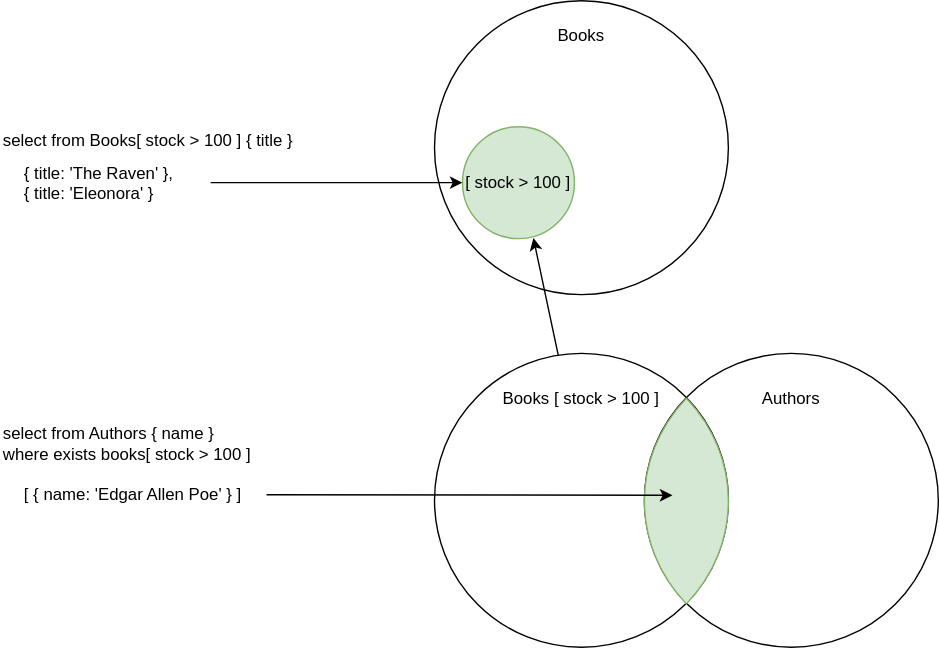
Before: assets/cxl/sets-intersection.drawio.svg, a diagram exported from draw.io (capire/docs). Source tidied: cells renumbered, new cells last; positions are measured from the earlier drawing's top-left corner, leaving out a move shared by most shapes. Source of this version:
```xml
<mxGraphModel>
  <root>
    <mxCell id="0" />
    <mxCell id="1" parent="0" />
    <mxCell id="2" style="ellipse;whiteSpace=wrap;html=1;fillColor=none;" parent="1" vertex="1">
      <mxGeometry x="460" y="252" width="210" height="210" as="geometry" />
    </mxCell>
    <mxCell id="3" style="ellipse;whiteSpace=wrap;html=1;fillColor=none;" parent="1" vertex="1">
      <mxGeometry x="310" width="210" height="210" as="geometry" />
    </mxCell>
    <mxCell id="4" value="Books" style="text;html=1;align=center;verticalAlign=middle;whiteSpace=wrap;rounded=0;" parent="1" vertex="1">
      <mxGeometry x="400" y="20" width="30" height="10" as="geometry" />
    </mxCell>
    <mxCell id="5" value="[ stock &amp;gt; 100 ]" style="ellipse;whiteSpace=wrap;html=1;fillColor=#d5e8d4;strokeColor=#82b366;" parent="1" vertex="1">
      <mxGeometry x="330" y="90" width="80" height="80" as="geometry" />
    </mxCell>
    <mxCell id="6" style="ellipse;whiteSpace=wrap;html=1;fillColor=none;" parent="1" vertex="1">
      <mxGeometry x="310" y="252" width="210" height="210" as="geometry" />
    </mxCell>
    <mxCell id="7" value="Books [ stock &amp;gt; 100 ]" style="text;html=1;align=center;verticalAlign=middle;whiteSpace=wrap;rounded=0;" parent="1" vertex="1">
      <mxGeometry x="345" y="280" width="140" height="10" as="geometry" />
    </mxCell>
    <mxCell id="8" value="Authors" style="text;html=1;align=center;verticalAlign=middle;whiteSpace=wrap;rounded=0;" parent="1" vertex="1">
      <mxGeometry x="510" y="280" width="110" height="10" as="geometry" />
    </mxCell>
    <mxCell id="9" style="endArrow=classic;html=1;exitX=0.421;exitY=0.006;exitDx=0;exitDy=0;exitPerimeter=0;entryX=0.633;entryY=0.994;entryDx=0;entryDy=0;entryPerimeter=0;" parent="1" edge="1" source="6" target="5">
      <mxGeometry relative="1" as="geometry" />
    </mxCell>
    <mxCell id="10" value="select from Authors { name }&lt;div&gt;where exists books[ stock &amp;gt; 100 ]&lt;/div&gt;" style="text;html=1;align=left;verticalAlign=middle;whiteSpace=wrap;rounded=0;" parent="1" vertex="1">
      <mxGeometry y="302" width="180" height="30" as="geometry" />
    </mxCell>
    <mxCell id="11" style="whiteSpace=wrap;html=1;shape=mxgraph.basic.pointed_oval;fillColor=#d5e8d4;strokeColor=#82b366;" parent="1" vertex="1">
      <mxGeometry x="450" y="284" width="80" height="147" as="geometry" />
    </mxCell>
    <mxCell id="12" value="[ { name: 'Edgar Allen Poe' } ]" style="text;whiteSpace=wrap;" parent="1" vertex="1">
      <mxGeometry x="15" y="339" width="165" height="30" as="geometry" />
    </mxCell>
    <mxCell id="13" style="endArrow=classic;html=1;entryX=0.375;entryY=0.449;entryDx=0;entryDy=0;entryPerimeter=0;" parent="1" edge="1">
      <mxGeometry relative="1" as="geometry">
        <mxPoint x="190" y="353" as="sourcePoint" />
        <mxPoint x="480" y="353.4" as="targetPoint" />
      </mxGeometry>
    </mxCell>
    <mxCell id="14" value="select from Books[ stock &amp;gt; 100 ] { title }" style="text;html=1;align=left;verticalAlign=middle;whiteSpace=wrap;rounded=0;" parent="1" vertex="1">
      <mxGeometry y="90" width="230" height="20" as="geometry" />
    </mxCell>
    <mxCell id="15" value="{ title: 'The Raven' },&#10;{ title: 'Eleonora' }" style="text;whiteSpace=wrap;" parent="1" vertex="1">
      <mxGeometry x="15" y="110" width="125" height="30" as="geometry" />
    </mxCell>
    <mxCell id="16" style="endArrow=classic;html=1;entryX=0;entryY=0.5;entryDx=0;entryDy=0;" parent="1" edge="1" target="5">
      <mxGeometry relative="1" as="geometry">
        <mxPoint x="150" y="130" as="sourcePoint" />
      </mxGeometry>
    </mxCell>
  </root>
</mxGraphModel>
```
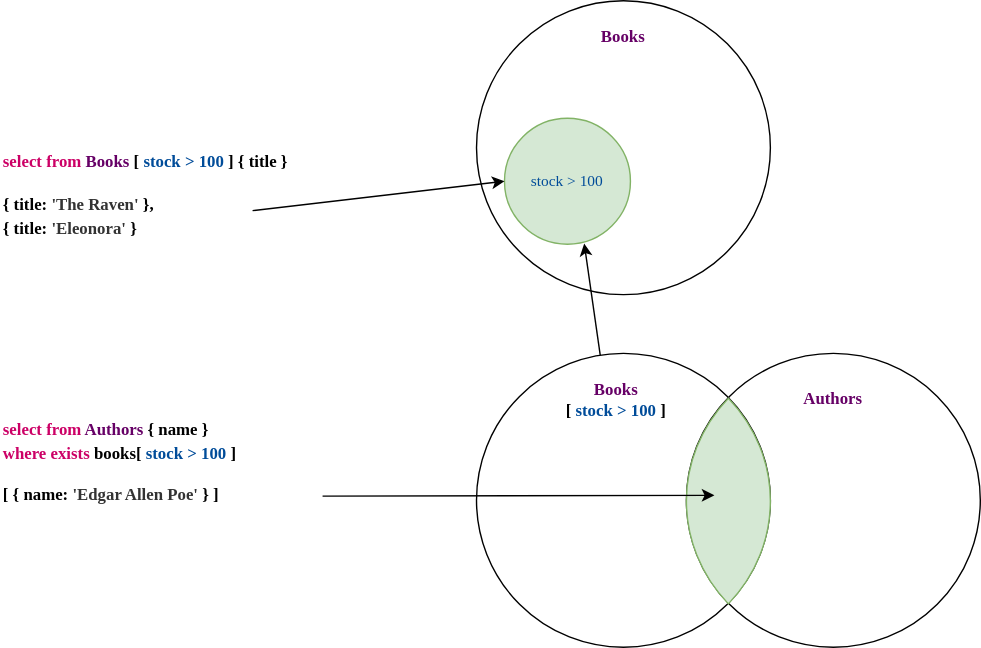
Above is the later version.

The edit, as a diff of the source:
```diff
@@ -8,48 +8,44 @@
     <mxCell id="3" style="ellipse;whiteSpace=wrap;html=1;fillColor=none;" parent="1" vertex="1">
       <mxGeometry x="310" width="210" height="210" as="geometry" />
     </mxCell>
-    <mxCell id="4" value="Books" style="text;html=1;align=center;verticalAlign=middle;whiteSpace=wrap;rounded=0;" parent="1" vertex="1">
+    <mxCell id="4" value="&lt;span style=&quot;color: rgb(102, 0, 102); font-size: 12px; text-align: left;&quot;&gt;Books&lt;/span&gt;" style="text;html=1;align=center;verticalAlign=middle;whiteSpace=wrap;rounded=0;fontStyle=1;fontSize=13;fontFamily=Monaco;" parent="1" vertex="1">
       <mxGeometry x="400" y="20" width="30" height="10" as="geometry" />
     </mxCell>
-    <mxCell id="5" value="[ stock &amp;gt; 100 ]" style="ellipse;whiteSpace=wrap;html=1;fillColor=#d5e8d4;strokeColor=#82b366;" parent="1" vertex="1">
-      <mxGeometry x="330" y="90" width="80" height="80" as="geometry" />
+    <mxCell id="5" value="&lt;font style=&quot;color: rgb(0, 76, 153);&quot; face=&quot;Monaco&quot;&gt;stock &amp;gt; 100&lt;/font&gt;" style="ellipse;whiteSpace=wrap;html=1;fillColor=#d5e8d4;strokeColor=#82b366;fontSize=11;" parent="1" vertex="1">
+      <mxGeometry x="330" y="84" width="90" height="90" as="geometry" />
     </mxCell>
     <mxCell id="6" style="ellipse;whiteSpace=wrap;html=1;fillColor=none;" parent="1" vertex="1">
       <mxGeometry x="310" y="252" width="210" height="210" as="geometry" />
     </mxCell>
-    <mxCell id="7" value="Books [ stock &amp;gt; 100 ]" style="text;html=1;align=center;verticalAlign=middle;whiteSpace=wrap;rounded=0;" parent="1" vertex="1">
-      <mxGeometry x="345" y="280" width="140" height="10" as="geometry" />
+    <mxCell id="7" value="&lt;span style=&quot;scrollbar-color: rgb(226, 226, 226) rgb(251, 251, 251); font-family: Monaco; font-weight: 700; text-align: left;&quot;&gt;&lt;font style=&quot;color: rgb(102, 0, 102);&quot;&gt;Books&lt;/font&gt;&lt;/span&gt;&lt;div&gt;&lt;span style=&quot;scrollbar-color: rgb(226, 226, 226) rgb(251, 251, 251); font-family: Monaco; font-weight: 700; text-align: left; color: rgb(0, 0, 0);&quot;&gt;[&amp;nbsp;&lt;/span&gt;&lt;span style=&quot;scrollbar-color: rgb(226, 226, 226) rgb(251, 251, 251); font-family: Monaco; font-weight: 700; text-align: left;&quot;&gt;&lt;font style=&quot;color: rgb(0, 76, 153);&quot;&gt;stock &amp;gt; 100&lt;/font&gt;&lt;/span&gt;&lt;span style=&quot;scrollbar-color: rgb(226, 226, 226) rgb(251, 251, 251); font-family: Monaco; font-weight: 700; text-align: left; color: rgb(0, 0, 0);&quot;&gt;&amp;nbsp;]&lt;/span&gt;&lt;/div&gt;" style="text;align=center;verticalAlign=middle;whiteSpace=wrap;rounded=0;html=1;" parent="1" vertex="1">
+      <mxGeometry x="326" y="280" width="167.5" height="10" as="geometry" />
     </mxCell>
-    <mxCell id="8" value="Authors" style="text;html=1;align=center;verticalAlign=middle;whiteSpace=wrap;rounded=0;" parent="1" vertex="1">
+    <mxCell id="8" value="&lt;span style=&quot;color: rgb(102, 0, 102); font-family: Monaco; font-weight: 700; text-align: left;&quot;&gt;Authors&lt;/span&gt;" style="text;html=1;align=center;verticalAlign=middle;whiteSpace=wrap;rounded=0;" parent="1" vertex="1">
       <mxGeometry x="510" y="280" width="110" height="10" as="geometry" />
     </mxCell>
     <mxCell id="9" style="endArrow=classic;html=1;exitX=0.421;exitY=0.006;exitDx=0;exitDy=0;exitPerimeter=0;entryX=0.633;entryY=0.994;entryDx=0;entryDy=0;entryPerimeter=0;" parent="1" edge="1" source="6" target="5">
       <mxGeometry relative="1" as="geometry" />
     </mxCell>
-    <mxCell id="10" value="select from Authors { name }&lt;div&gt;where exists books[ stock &amp;gt; 100 ]&lt;/div&gt;" style="text;html=1;align=left;verticalAlign=middle;whiteSpace=wrap;rounded=0;" parent="1" vertex="1">
-      <mxGeometry y="302" width="180" height="30" as="geometry" />
+    <mxCell id="10" value="&lt;font style=&quot;color: rgb(204, 0, 102); line-height: 140%;&quot;&gt;select from&lt;/font&gt; &lt;font style=&quot;color: rgb(102, 0, 102); line-height: 140%;&quot;&gt;Authors&lt;/font&gt; { name }&lt;div style=&quot;line-height: 140%;&quot;&gt;&lt;font style=&quot;color: rgb(204, 0, 102);&quot;&gt;where exists&lt;/font&gt; books[ &lt;font style=&quot;color: rgb(0, 76, 153);&quot;&gt;stock &amp;gt; 100&lt;/font&gt; ]&lt;/div&gt;" style="text;html=1;align=left;verticalAlign=middle;whiteSpace=wrap;rounded=0;fontFamily=Monaco;fontStyle=1;" parent="1" vertex="1">
+      <mxGeometry x="-30" y="300" width="280" height="30" as="geometry" />
     </mxCell>
     <mxCell id="11" style="whiteSpace=wrap;html=1;shape=mxgraph.basic.pointed_oval;fillColor=#d5e8d4;strokeColor=#82b366;" parent="1" vertex="1">
       <mxGeometry x="450" y="284" width="80" height="147" as="geometry" />
     </mxCell>
-    <mxCell id="12" value="[ { name: 'Edgar Allen Poe' } ]" style="text;whiteSpace=wrap;" parent="1" vertex="1">
-      <mxGeometry x="15" y="339" width="165" height="30" as="geometry" />
+    <mxCell id="12" value="[ { name: &lt;font style=&quot;color: rgb(51, 51, 51);&quot;&gt;'Edgar Allen Poe'&lt;/font&gt; } ]" style="text;whiteSpace=wrap;fontFamily=Monaco;fontStyle=1;html=1;" parent="1" vertex="1">
+      <mxGeometry x="-30" y="339" width="230" height="30" as="geometry" />
     </mxCell>
-    <mxCell id="13" style="endArrow=classic;html=1;entryX=0.375;entryY=0.449;entryDx=0;entryDy=0;entryPerimeter=0;" parent="1" edge="1">
+    <mxCell id="13" style="endArrow=classic;html=1;entryX=0.375;entryY=0.449;entryDx=0;entryDy=0;entryPerimeter=0;exitX=1;exitY=0.5;exitDx=0;exitDy=0;" parent="1" edge="1" source="12">
       <mxGeometry relative="1" as="geometry">
-        <mxPoint x="190" y="353" as="sourcePoint" />
         <mxPoint x="480" y="353.4" as="targetPoint" />
       </mxGeometry>
     </mxCell>
-    <mxCell id="14" value="select from Books[ stock &amp;gt; 100 ] { title }" style="text;html=1;align=left;verticalAlign=middle;whiteSpace=wrap;rounded=0;" parent="1" vertex="1">
-      <mxGeometry y="90" width="230" height="20" as="geometry" />
-    </mxCell>
-    <mxCell id="15" value="{ title: 'The Raven' },&#10;{ title: 'Eleonora' }" style="text;whiteSpace=wrap;" parent="1" vertex="1">
-      <mxGeometry x="15" y="110" width="125" height="30" as="geometry" />
+    <mxCell id="15" value="&lt;div style=&quot;line-height: 140%;&quot;&gt;&lt;font style=&quot;scrollbar-color: rgb(226, 226, 226) rgb(251, 251, 251); color: rgb(204, 0, 102);&quot;&gt;select from&lt;/font&gt;&lt;font style=&quot;scrollbar-color: rgb(226, 226, 226) rgb(251, 251, 251); color: rgb(255, 51, 153);&quot;&gt;&amp;nbsp;&lt;/font&gt;&lt;span style=&quot;color: rgb(0, 0, 0);&quot;&gt;&lt;font style=&quot;color: rgb(102, 0, 102);&quot;&gt;Books&lt;/font&gt;&lt;/span&gt;&lt;span style=&quot;color: rgb(0, 0, 0);&quot;&gt;[ &lt;/span&gt;&lt;span style=&quot;color: rgb(0, 0, 0);&quot;&gt;&lt;font style=&quot;color: rgb(0, 76, 153);&quot;&gt;stock &amp;gt; 100&lt;/font&gt;&lt;/span&gt;&lt;span style=&quot;color: rgb(0, 0, 0);&quot;&gt; ] &lt;/span&gt;&lt;span&gt;&lt;font style=&quot;color: rgb(0, 0, 0);&quot;&gt;{&lt;/font&gt;&lt;/span&gt;&lt;span style=&quot;color: rgb(0, 0, 0);&quot;&gt; title &lt;/span&gt;&lt;span&gt;&lt;font style=&quot;color: rgb(0, 0, 0);&quot;&gt;}&lt;/font&gt;&lt;/span&gt;&lt;/div&gt;&lt;div&gt;&lt;br&gt;&lt;/div&gt;{ title: &lt;font style=&quot;color: rgb(51, 51, 51); line-height: 140%;&quot;&gt;'The Raven'&lt;/font&gt; },&lt;div style=&quot;line-height: 140%;&quot;&gt;{ title: &lt;font style=&quot;color: rgb(51, 51, 51);&quot;&gt;'Eleonora'&lt;/font&gt; }&lt;/div&gt;" style="text;whiteSpace=wrap;fontFamily=Monaco;fontStyle=1;html=1;" parent="1" vertex="1">
+      <mxGeometry x="-30" y="100" width="320" height="30" as="geometry" />
     </mxCell>
     <mxCell id="16" style="endArrow=classic;html=1;entryX=0;entryY=0.5;entryDx=0;entryDy=0;" parent="1" edge="1" target="5">
       <mxGeometry relative="1" as="geometry">
-        <mxPoint x="150" y="130" as="sourcePoint" />
+        <mxPoint x="150" y="150" as="sourcePoint" />
       </mxGeometry>
     </mxCell>
   </root>
```
